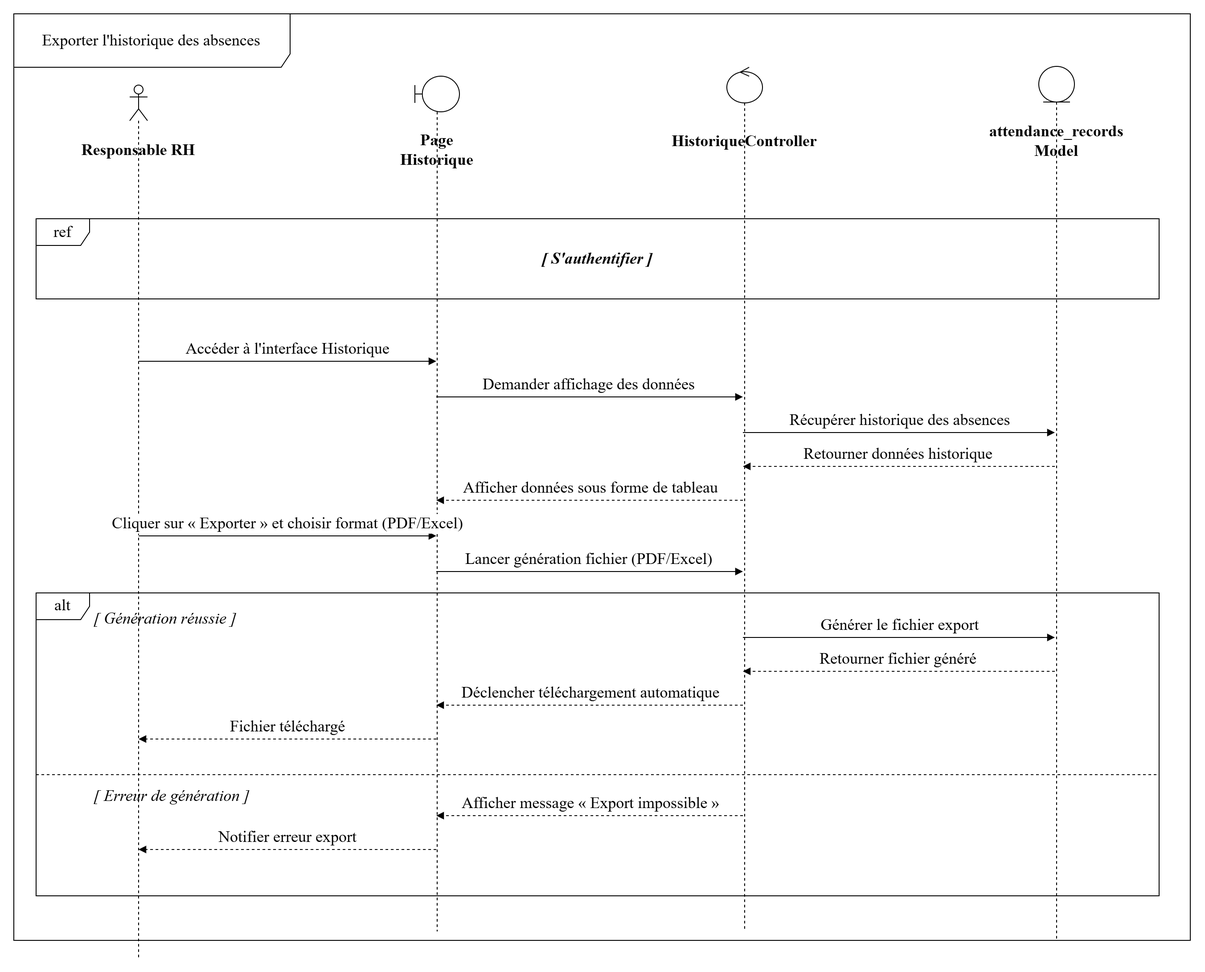
This is projet/images/sequence s4/c historique.drawio.png from louu7895/pfe, a draw.io export, as it was before one commit. Source tidied: cells renumbered, new cells last; positions are measured from the earlier drawing's top-left corner, leaving out a move shared by most shapes.
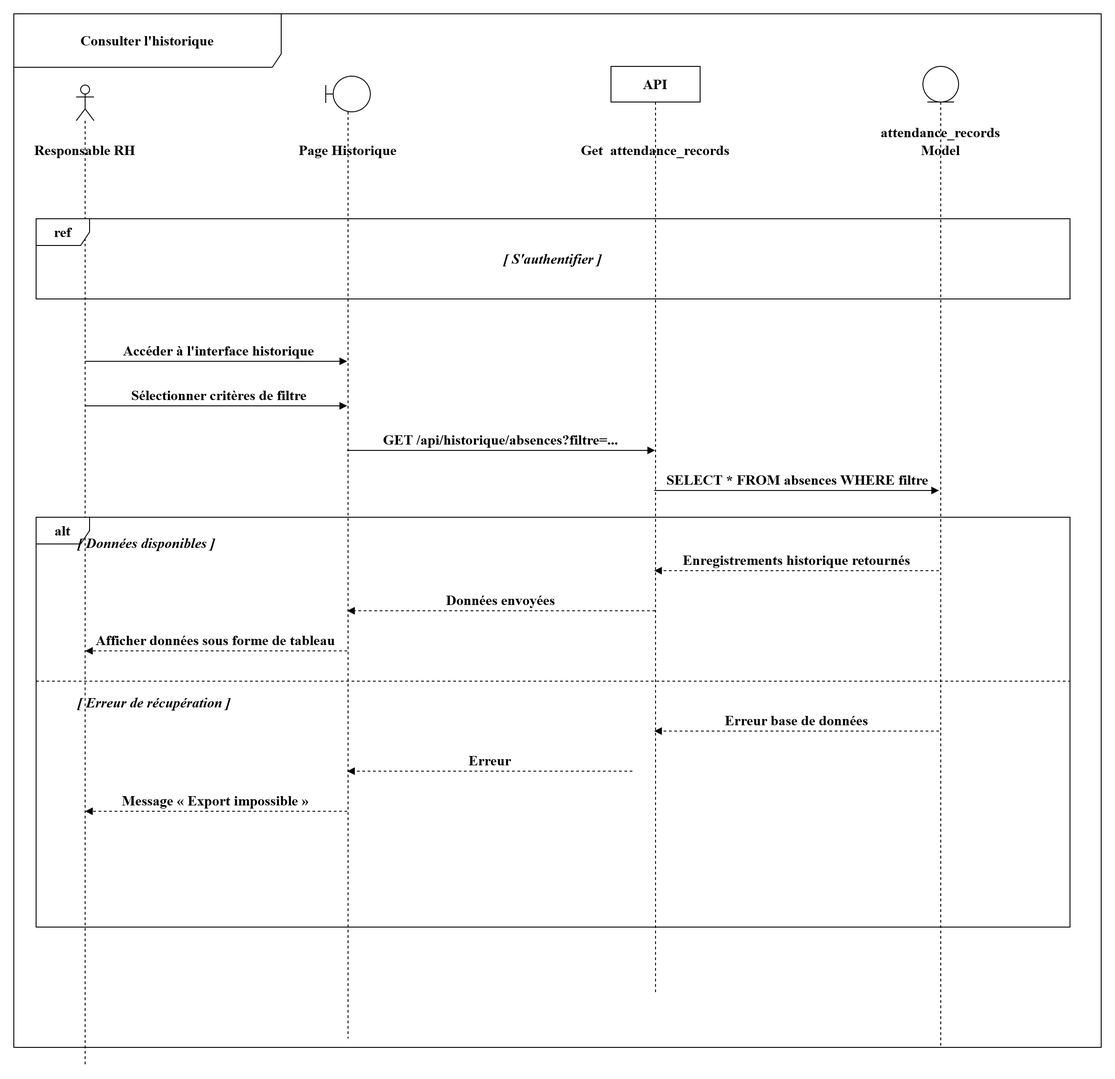
Later version of the same file.

The edit, as a diff of the source:
```diff
@@ -2,128 +2,110 @@
   <root>
     <mxCell id="0" />
     <mxCell id="1" parent="0" />
-    <mxCell id="2" style="shape=umlLifeline;perimeter=lifelinePerimeter;whiteSpace=wrap;html=1;newEdgeStyle={&quot;curved&quot;:0,&quot;rounded&quot;:0};participant=umlActor;fontSize=18;fontFamily=Times New Roman;" parent="1" vertex="1">
-      <mxGeometry x="130" y="80" width="20" height="980" as="geometry" />
+    <mxCell id="2" style="shape=umlLifeline;perimeter=lifelinePerimeter;whiteSpace=wrap;html=1;participant=umlActor;fontSize=16;fontFamily=Times New Roman;fontStyle=1;" parent="1" vertex="1">
+      <mxGeometry x="50" y="80" width="20" height="1100" as="geometry" />
     </mxCell>
-    <mxCell id="3" style="shape=umlLifeline;perimeter=lifelinePerimeter;whiteSpace=wrap;html=1;newEdgeStyle={&quot;curved&quot;:0,&quot;rounded&quot;:0};participant=umlBoundary;fontSize=18;fontFamily=Times New Roman;" parent="1" vertex="1">
-      <mxGeometry x="450" y="70" width="50" height="960" as="geometry" />
+    <mxCell id="3" style="shape=umlLifeline;perimeter=lifelinePerimeter;whiteSpace=wrap;html=1;participant=umlBoundary;fontSize=16;fontFamily=Times New Roman;fontStyle=1;" parent="1" vertex="1">
+      <mxGeometry x="330" y="70" width="50" height="1080" as="geometry" />
     </mxCell>
-    <mxCell id="4" style="shape=umlLifeline;perimeter=lifelinePerimeter;whiteSpace=wrap;html=1;newEdgeStyle={&quot;curved&quot;:0,&quot;rounded&quot;:0};participant=umlControl;fontSize=18;fontFamily=Times New Roman;" parent="1" vertex="1">
-      <mxGeometry x="800" y="60" width="40" height="970" as="geometry" />
-    </mxCell>
-    <mxCell id="5" style="shape=umlLifeline;perimeter=lifelinePerimeter;whiteSpace=wrap;html=1;newEdgeStyle={&quot;curved&quot;:0,&quot;rounded&quot;:0};participant=umlEntity;fontSize=18;fontFamily=Times New Roman;" parent="1" vertex="1">
-      <mxGeometry x="1150" y="59" width="40" height="980" as="geometry" />
-    </mxCell>
+    <mxCell id="30" style="shape=umlLifeline;perimeter=lifelinePerimeter;whiteSpace=wrap;html=1;participant=umlEntity;fontSize=16;fontFamily=Times New Roman;fontStyle=1;" parent="1" vertex="1">
+      <mxGeometry x="1000" y="59" width="40" height="1100" as="geometry" />
+    </mxCell>
-    <mxCell id="6" value="Responsable RH" style="text;html=1;whiteSpace=wrap;strokeColor=none;fillColor=none;align=center;verticalAlign=middle;rounded=0;fontSize=18;fontStyle=1;fontFamily=Times New Roman;" parent="1" vertex="1">
-      <mxGeometry x="60" y="140" width="160" height="25" as="geometry" />
+    <mxCell id="6" value="Responsable RH" style="text;html=1;whiteSpace=wrap;strokeColor=none;fillColor=none;align=center;verticalAlign=middle;rounded=0;fontSize=16;fontStyle=1;fontFamily=Times New Roman;" parent="1" vertex="1">
+      <mxGeometry x="-20" y="140" width="160" height="25" as="geometry" />
     </mxCell>
-    <mxCell id="7" value="Page&lt;div&gt;Historique&lt;/div&gt;" style="text;html=1;whiteSpace=wrap;strokeColor=none;fillColor=none;align=center;verticalAlign=middle;rounded=0;fontSize=18;fontStyle=1;fontFamily=Times New Roman;" parent="1" vertex="1">
-      <mxGeometry x="375" y="140" width="200" height="25" as="geometry" />
+    <mxCell id="7" value="Page Historique" style="text;html=1;whiteSpace=wrap;strokeColor=none;fillColor=none;align=center;verticalAlign=middle;rounded=0;fontSize=16;fontStyle=1;fontFamily=Times New Roman;" parent="1" vertex="1">
+      <mxGeometry x="235" y="140" width="240" height="25" as="geometry" />
     </mxCell>
-    <mxCell id="8" value="HistoriqueController" style="text;html=1;whiteSpace=wrap;strokeColor=none;fillColor=none;align=center;verticalAlign=middle;rounded=0;fontSize=18;fontStyle=1;fontFamily=Times New Roman;" parent="1" vertex="1">
-      <mxGeometry x="725" y="130" width="190" height="25" as="geometry" />
-    </mxCell>
+    <mxCell id="31" value="Get&amp;nbsp;&amp;nbsp;attendance_records" style="text;html=1;whiteSpace=wrap;strokeColor=none;fillColor=none;align=center;verticalAlign=middle;rounded=0;fontSize=16;fontStyle=1;fontFamily=Times New Roman;" parent="1" vertex="1">
+      <mxGeometry x="640" y="140" width="120" height="25" as="geometry" />
+    </mxCell>
-    <mxCell id="9" value="attendance_records Model" style="text;html=1;whiteSpace=wrap;strokeColor=none;fillColor=none;align=center;verticalAlign=middle;rounded=0;fontSize=18;fontStyle=1;fontFamily=Times New Roman;" parent="1" vertex="1">
-      <mxGeometry x="1095" y="130" width="150" height="25" as="geometry" />
+    <mxCell id="9" value="attendance_records Model" style="text;html=1;whiteSpace=wrap;strokeColor=none;fillColor=none;align=center;verticalAlign=middle;rounded=0;fontSize=16;fontStyle=1;fontFamily=Times New Roman;" parent="1" vertex="1">
+      <mxGeometry x="935" y="130" width="170" height="25" as="geometry" />
     </mxCell>
-    <mxCell id="10" value="Exporter l'historique des absences" style="shape=umlFrame;whiteSpace=wrap;html=1;width=310;height=60;fontSize=18;fontFamily=Times New Roman;" parent="1" vertex="1">
-      <mxGeometry width="1320" height="1040" as="geometry" />
+    <mxCell id="10" value="Consulter l'historique" style="shape=umlFrame;whiteSpace=wrap;html=1;width=300;height=60;fontSize=16;fontFamily=Times New Roman;fontStyle=1;" parent="1" vertex="1">
+      <mxGeometry x="-20" width="1220" height="1160" as="geometry" />
     </mxCell>
-    <mxCell id="11" value="ref" style="shape=umlFrame;whiteSpace=wrap;html=1;fontSize=18;fontFamily=Times New Roman;" parent="1" vertex="1">
-      <mxGeometry x="25" y="230" width="1260" height="90" as="geometry" />
+    <mxCell id="11" value="ref" style="shape=umlFrame;whiteSpace=wrap;html=1;fontSize=16;fontFamily=Times New Roman;fontStyle=1;" parent="1" vertex="1">
+      <mxGeometry x="5" y="230" width="1160" height="90" as="geometry" />
     </mxCell>
-    <mxCell id="12" value="[ S'authentifier ]" style="text;html=1;whiteSpace=wrap;strokeColor=none;fillColor=none;align=center;verticalAlign=middle;rounded=0;fontSize=18;fontStyle=3;fontFamily=Times New Roman;" parent="1" vertex="1">
-      <mxGeometry x="555" y="260" width="200" height="30" as="geometry" />
+    <mxCell id="12" value="[ S'authentifier ]" style="text;html=1;whiteSpace=wrap;strokeColor=none;fillColor=none;align=center;verticalAlign=middle;rounded=0;fontSize=16;fontStyle=3;fontFamily=Times New Roman;" parent="1" vertex="1">
+      <mxGeometry x="485" y="260" width="200" height="30" as="geometry" />
     </mxCell>
-    <mxCell id="13" value="Accéder à l'interface Historique" style="html=1;verticalAlign=bottom;endArrow=block;curved=0;rounded=0;fontSize=18;fontFamily=Times New Roman;" parent="1" edge="1">
+    <mxCell id="13" value="&amp;nbsp;Accéder à l'interface historique" style="html=1;verticalAlign=bottom;endArrow=block;curved=0;rounded=0;fontSize=16;fontFamily=Times New Roman;fontStyle=1;" parent="1" edge="1">
       <mxGeometry relative="1" as="geometry">
-        <mxPoint x="140" y="390" as="sourcePoint" />
-        <mxPoint x="474" y="390" as="targetPoint" />
+        <mxPoint x="60" y="390" as="sourcePoint" />
+        <mxPoint x="354" y="390" as="targetPoint" />
       </mxGeometry>
     </mxCell>
-    <mxCell id="14" value="Demander affichage des données" style="html=1;verticalAlign=bottom;endArrow=block;curved=0;rounded=0;fontSize=18;fontFamily=Times New Roman;" parent="1" edge="1">
+    <mxCell id="14" value="&amp;nbsp;Sélectionner critères de filtre" style="html=1;verticalAlign=bottom;endArrow=block;curved=0;rounded=0;fontSize=16;fontFamily=Times New Roman;fontStyle=1;" parent="1" edge="1">
       <mxGeometry relative="1" as="geometry">
-        <mxPoint x="474" y="430" as="sourcePoint" />
-        <mxPoint x="818" y="430" as="targetPoint" />
+        <mxPoint x="60" y="440" as="sourcePoint" />
+        <mxPoint x="354" y="440" as="targetPoint" />
       </mxGeometry>
     </mxCell>
-    <mxCell id="15" value="Récupérer historique des absences" style="html=1;verticalAlign=bottom;endArrow=block;curved=0;rounded=0;fontSize=18;fontFamily=Times New Roman;" parent="1" edge="1">
+    <mxCell id="15" value="GET /api/historique/absences?filtre=..." style="html=1;verticalAlign=bottom;endArrow=block;curved=0;rounded=0;fontSize=16;fontFamily=Times New Roman;fontStyle=1;" parent="1" edge="1">
       <mxGeometry relative="1" as="geometry">
-        <mxPoint x="818" y="470" as="sourcePoint" />
-        <mxPoint x="1168" y="470" as="targetPoint" />
+        <mxPoint x="354" y="490" as="sourcePoint" />
+        <mxPoint x="699.5" y="490" as="targetPoint" />
       </mxGeometry>
     </mxCell>
-    <mxCell id="16" value="Retourner données historique" style="html=1;verticalAlign=bottom;endArrow=block;curved=1;rounded=0;dashed=1;fontSize=18;fontFamily=Times New Roman;" parent="1" edge="1">
+    <mxCell id="16" value="SELECT * FROM absences WHERE filtre" style="html=1;verticalAlign=bottom;endArrow=block;curved=0;rounded=0;fontSize=16;fontFamily=Times New Roman;fontStyle=1;" parent="1" edge="1">
       <mxGeometry relative="1" as="geometry">
-        <mxPoint x="1168" y="508" as="sourcePoint" />
-        <mxPoint x="818" y="508" as="targetPoint" />
+        <mxPoint x="698.5" y="535" as="sourcePoint" />
+        <mxPoint x="1018" y="535" as="targetPoint" />
       </mxGeometry>
     </mxCell>
+    <mxCell id="20" value="alt" style="shape=umlFrame;whiteSpace=wrap;html=1;fontSize=16;fontFamily=Times New Roman;fontStyle=1;" parent="1" vertex="1">
+      <mxGeometry x="5" y="565" width="1160" height="460" as="geometry" />
+    </mxCell>
+    <mxCell id="21" value="[ Données disponibles ]" style="text;html=1;whiteSpace=wrap;strokeColor=none;fillColor=none;align=left;verticalAlign=middle;rounded=0;fontSize=16;fontStyle=3;fontFamily=Times New Roman;" parent="1" vertex="1">
+      <mxGeometry x="50" y="581" width="240" height="25" as="geometry" />
+    </mxCell>
-    <mxCell id="17" value="Afficher données sous forme de tableau" style="html=1;verticalAlign=bottom;endArrow=block;curved=1;rounded=0;dashed=1;fontSize=18;fontFamily=Times New Roman;" parent="1" edge="1">
+    <mxCell id="17" value="Enregistrements historique retournés" style="html=1;verticalAlign=bottom;endArrow=block;curved=1;rounded=0;dashed=1;fontSize=16;fontFamily=Times New Roman;fontStyle=1;" parent="1" edge="1">
       <mxGeometry relative="1" as="geometry">
-        <mxPoint x="818" y="546" as="sourcePoint" />
-        <mxPoint x="474" y="546" as="targetPoint" />
+        <mxPoint x="1018" y="625" as="sourcePoint" />
+        <mxPoint x="698.5" y="625" as="targetPoint" />
       </mxGeometry>
     </mxCell>
-    <mxCell id="18" value="Cliquer sur « Exporter » et choisir format (PDF/Excel)" style="html=1;verticalAlign=bottom;endArrow=block;curved=0;rounded=0;fontSize=18;fontFamily=Times New Roman;" parent="1" edge="1">
+    <mxCell id="18" value="Données envoyées&amp;nbsp;" style="html=1;verticalAlign=bottom;endArrow=block;curved=1;rounded=0;dashed=1;fontSize=16;fontFamily=Times New Roman;fontStyle=1;" parent="1" edge="1">
       <mxGeometry relative="1" as="geometry">
-        <mxPoint x="140" y="586" as="sourcePoint" />
-        <mxPoint x="474" y="586" as="targetPoint" />
+        <mxPoint x="699.5" y="670" as="sourcePoint" />
+        <mxPoint x="354" y="670" as="targetPoint" />
       </mxGeometry>
     </mxCell>
-    <mxCell id="19" value="Lancer génération fichier (PDF/Excel)" style="html=1;verticalAlign=bottom;endArrow=block;curved=0;rounded=0;fontSize=18;fontFamily=Times New Roman;" parent="1" edge="1">
+    <mxCell id="19" value="Afficher données sous forme de tableau" style="html=1;verticalAlign=bottom;endArrow=block;curved=1;rounded=0;dashed=1;fontSize=16;fontFamily=Times New Roman;fontStyle=1;" parent="1" edge="1">
       <mxGeometry relative="1" as="geometry">
-        <mxPoint x="474" y="626" as="sourcePoint" />
-        <mxPoint x="818" y="626" as="targetPoint" />
+        <mxPoint x="354" y="715" as="sourcePoint" />
+        <mxPoint x="60" y="715" as="targetPoint" />
       </mxGeometry>
     </mxCell>
-    <mxCell id="20" value="alt" style="shape=umlFrame;whiteSpace=wrap;html=1;fontSize=18;fontFamily=Times New Roman;" parent="1" vertex="1">
-      <mxGeometry x="25" y="650" width="1260" height="340" as="geometry" />
-    </mxCell>
-    <mxCell id="21" value="[ Génération réussie ]" style="text;html=1;whiteSpace=wrap;strokeColor=none;fillColor=none;align=left;verticalAlign=middle;rounded=0;fontSize=18;fontStyle=2;fontFamily=Times New Roman;" parent="1" vertex="1">
-      <mxGeometry x="88" y="666" width="210" height="25" as="geometry" />
-    </mxCell>
+    <mxCell id="26" style="line;strokeWidth=1;fillColor=none;dashed=1;fontSize=16;fontFamily=Times New Roman;" parent="1" vertex="1">
+      <mxGeometry x="5" y="745" width="1160" height="8" as="geometry" />
+    </mxCell>
+    <mxCell id="32" value="[ Erreur de récupération ]" style="text;html=1;whiteSpace=wrap;strokeColor=none;fillColor=none;align=left;verticalAlign=middle;rounded=0;fontSize=16;fontStyle=3;fontFamily=Times New Roman;" parent="1" vertex="1">
+      <mxGeometry x="50" y="760" width="260" height="25" as="geometry" />
+    </mxCell>
-    <mxCell id="22" value="Générer le fichier export" style="html=1;verticalAlign=bottom;endArrow=block;curved=0;rounded=0;fontSize=18;fontFamily=Times New Roman;" parent="1" edge="1">
+    <mxCell id="22" value="Erreur base de données" style="html=1;verticalAlign=bottom;endArrow=block;curved=1;rounded=0;dashed=1;fontSize=16;fontFamily=Times New Roman;fontStyle=1;" parent="1" edge="1">
       <mxGeometry relative="1" as="geometry">
-        <mxPoint x="818" y="700" as="sourcePoint" />
-        <mxPoint x="1168" y="700" as="targetPoint" />
+        <mxPoint x="1018" y="805" as="sourcePoint" />
+        <mxPoint x="698.5" y="805" as="targetPoint" />
       </mxGeometry>
     </mxCell>
-    <mxCell id="23" value="Retourner fichier généré" style="html=1;verticalAlign=bottom;endArrow=block;curved=1;rounded=0;dashed=1;fontSize=18;fontFamily=Times New Roman;" parent="1" edge="1">
+    <mxCell id="23" value="Erreur" style="html=1;verticalAlign=bottom;endArrow=block;curved=1;rounded=0;dashed=1;fontSize=16;fontFamily=Times New Roman;fontStyle=1;" parent="1" edge="1">
       <mxGeometry relative="1" as="geometry">
-        <mxPoint x="1168" y="738" as="sourcePoint" />
-        <mxPoint x="818" y="738" as="targetPoint" />
+        <mxPoint x="674" y="850" as="sourcePoint" />
+        <mxPoint x="354" y="850" as="targetPoint" />
       </mxGeometry>
     </mxCell>
-    <mxCell id="24" value="Déclencher téléchargement automatique" style="html=1;verticalAlign=bottom;endArrow=block;curved=1;rounded=0;dashed=1;fontSize=18;fontFamily=Times New Roman;" parent="1" edge="1">
+    <mxCell id="24" value="Message « Export impossible »" style="html=1;verticalAlign=bottom;endArrow=block;curved=1;rounded=0;dashed=1;fontSize=16;fontFamily=Times New Roman;fontStyle=1;" parent="1" edge="1">
       <mxGeometry relative="1" as="geometry">
-        <mxPoint x="818" y="776" as="sourcePoint" />
-        <mxPoint x="474" y="776" as="targetPoint" />
+        <mxPoint x="354" y="895" as="sourcePoint" />
+        <mxPoint x="60" y="895" as="targetPoint" />
       </mxGeometry>
     </mxCell>
-    <mxCell id="25" value="Fichier téléchargé" style="html=1;verticalAlign=bottom;endArrow=block;curved=1;rounded=0;dashed=1;fontSize=18;fontFamily=Times New Roman;" parent="1" edge="1">
-      <mxGeometry relative="1" as="geometry">
-        <mxPoint x="474" y="814" as="sourcePoint" />
-        <mxPoint x="140" y="814" as="targetPoint" />
-      </mxGeometry>
-    </mxCell>
-    <mxCell id="26" style="line;strokeWidth=1;fillColor=none;align=left;verticalAlign=middle;spacingTop=-1;spacingLeft=3;spacingRight=3;labelPosition=right;strokeColor=inherit;dashed=1;fontSize=18;fontFamily=Times New Roman;" parent="1" vertex="1">
-      <mxGeometry x="25" y="850" width="1260" height="8" as="geometry" />
-    </mxCell>
-    <mxCell id="27" value="[ Erreur de génération ]" style="text;html=1;whiteSpace=wrap;strokeColor=none;fillColor=none;align=left;verticalAlign=middle;rounded=0;fontSize=18;fontStyle=2;fontFamily=Times New Roman;" parent="1" vertex="1">
-      <mxGeometry x="88" y="865" width="220" height="25" as="geometry" />
-    </mxCell>
-    <mxCell id="28" value="Afficher message « Export impossible »" style="html=1;verticalAlign=bottom;endArrow=block;curved=1;rounded=0;dashed=1;fontSize=18;fontFamily=Times New Roman;" parent="1" edge="1">
-      <mxGeometry relative="1" as="geometry">
-        <mxPoint x="818" y="900" as="sourcePoint" />
-        <mxPoint x="474" y="900" as="targetPoint" />
-      </mxGeometry>
-    </mxCell>
-    <mxCell id="29" value="Notifier erreur export" style="html=1;verticalAlign=bottom;endArrow=block;curved=1;rounded=0;dashed=1;fontSize=18;fontFamily=Times New Roman;" parent="1" edge="1">
-      <mxGeometry relative="1" as="geometry">
-        <mxPoint x="474" y="938" as="sourcePoint" />
-        <mxPoint x="140" y="938" as="targetPoint" />
-      </mxGeometry>
-    </mxCell>
+    <mxCell id="33" value="&lt;span style=&quot;font-family: &amp;quot;Times New Roman&amp;quot;; font-size: 16px; font-weight: 700;&quot;&gt;API&lt;/span&gt;" style="shape=umlLifeline;perimeter=lifelinePerimeter;whiteSpace=wrap;html=1;newEdgeStyle={&quot;curved&quot;:0,&quot;rounded&quot;:0};" parent="1" vertex="1">
+      <mxGeometry x="650" y="59" width="100" height="1041" as="geometry" />
+    </mxCell>
   </root>
 </mxGraphModel>
```
